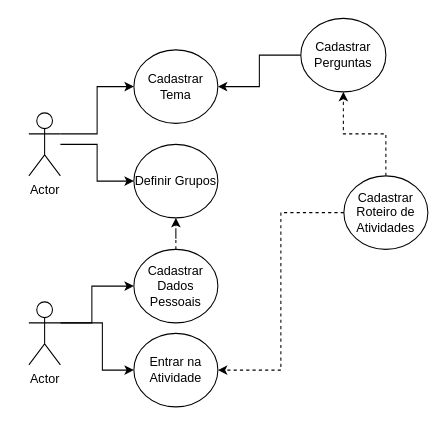
The draw.io diagram page "Page-1" (1 of 2) of _ReunioesGrupo/Aplicativo Clube Ciências.drawio in tecedufurb/explora_habitat, before the edit. Source tidied: cells renumbered, new cells numbered last; positions are measured from the earlier drawing's top-left corner, leaving out a move shared by most shapes. Both pictures are drawn from the tidied source at 105%, with x=0, y=0 at pixel (28, 18).
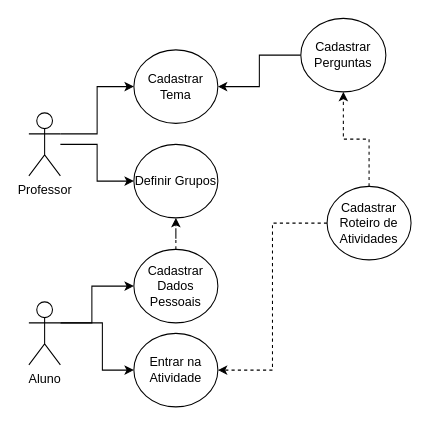
Above is the later version.

Commit message:
Nomei autores: professor e Aluno

The edit, as a diff of the source:
```diff
@@
-    <mxCell id="3" value="Actor" style="shape=umlActor;verticalLabelPosition=bottom;labelBackgroundColor=#ffffff;verticalAlign=top;html=1;" parent="1" vertex="1">
+    <mxCell id="3" value="Professor" style="shape=umlActor;verticalLabelPosition=bottom;labelBackgroundColor=#ffffff;verticalAlign=top;html=1;" parent="1" vertex="1">
       <mxGeometry y="90" width="30" height="60" as="geometry" />
     </mxCell>
@@
-    <mxCell id="10" value="Actor" style="shape=umlActor;verticalLabelPosition=bottom;labelBackgroundColor=#ffffff;verticalAlign=top;html=1;" parent="1" vertex="1">
+    <mxCell id="10" value="Aluno" style="shape=umlActor;verticalLabelPosition=bottom;labelBackgroundColor=#ffffff;verticalAlign=top;html=1;" parent="1" vertex="1">
       <mxGeometry y="270" width="30" height="60" as="geometry" />
     </mxCell>
@@
     <mxCell id="16" value="Cadastrar Roteiro de Atividades" style="ellipse;whiteSpace=wrap;html=1;" parent="1" vertex="1">
-      <mxGeometry x="300" y="150" width="80" height="70" as="geometry" />
+      <mxGeometry x="284" y="160" width="80" height="70" as="geometry" />
     </mxCell>
```
